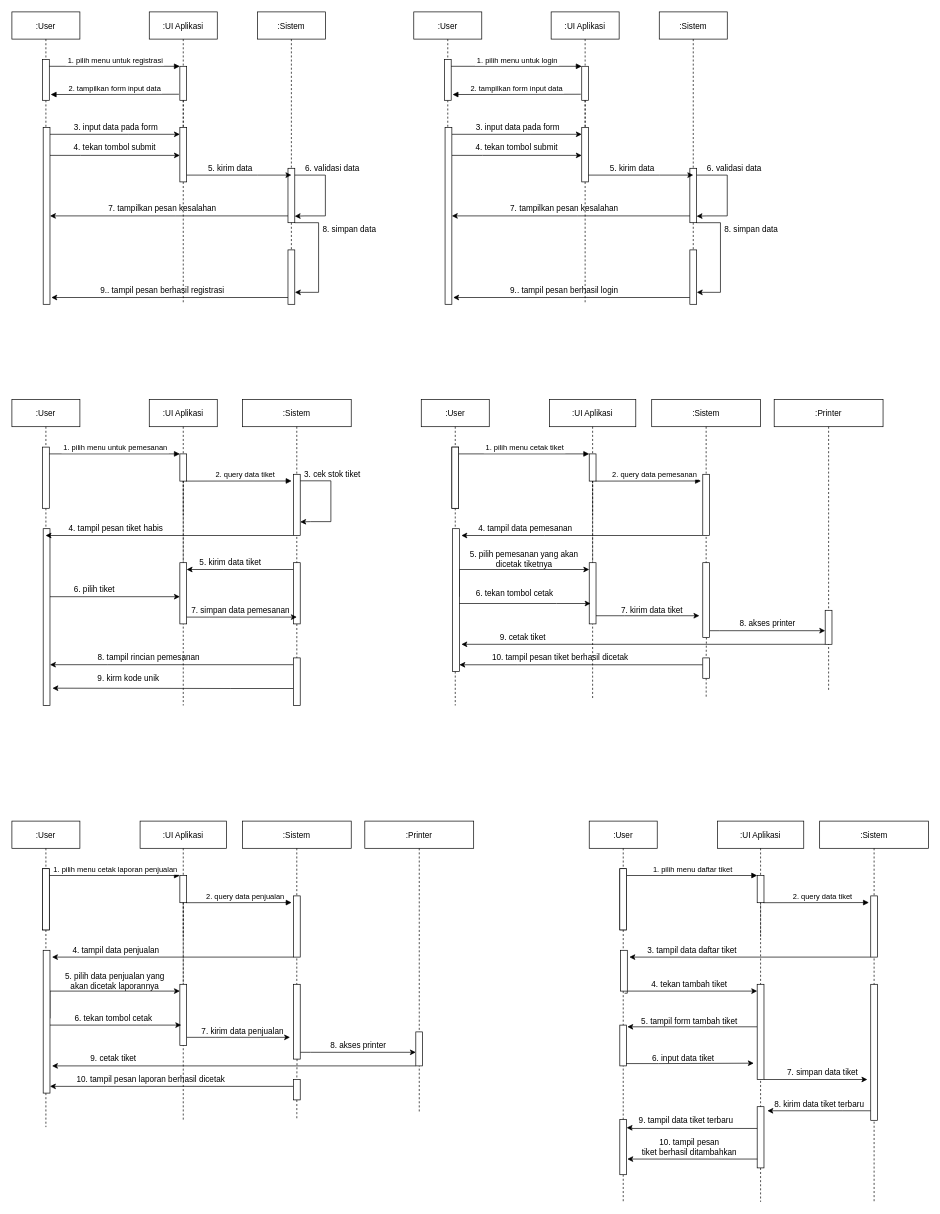
Above: sequenceDiagram.drawio in ricky3knowhere/IF214002 (draw.io), before the change. Source tidied: cells renumbered, new cells numbered last; positions are measured from the earlier drawing's top-left corner, leaving out a move shared by most shapes. Both pictures are drawn from the tidied source at 68%, with x=0, y=0 at pixel (12, 12).
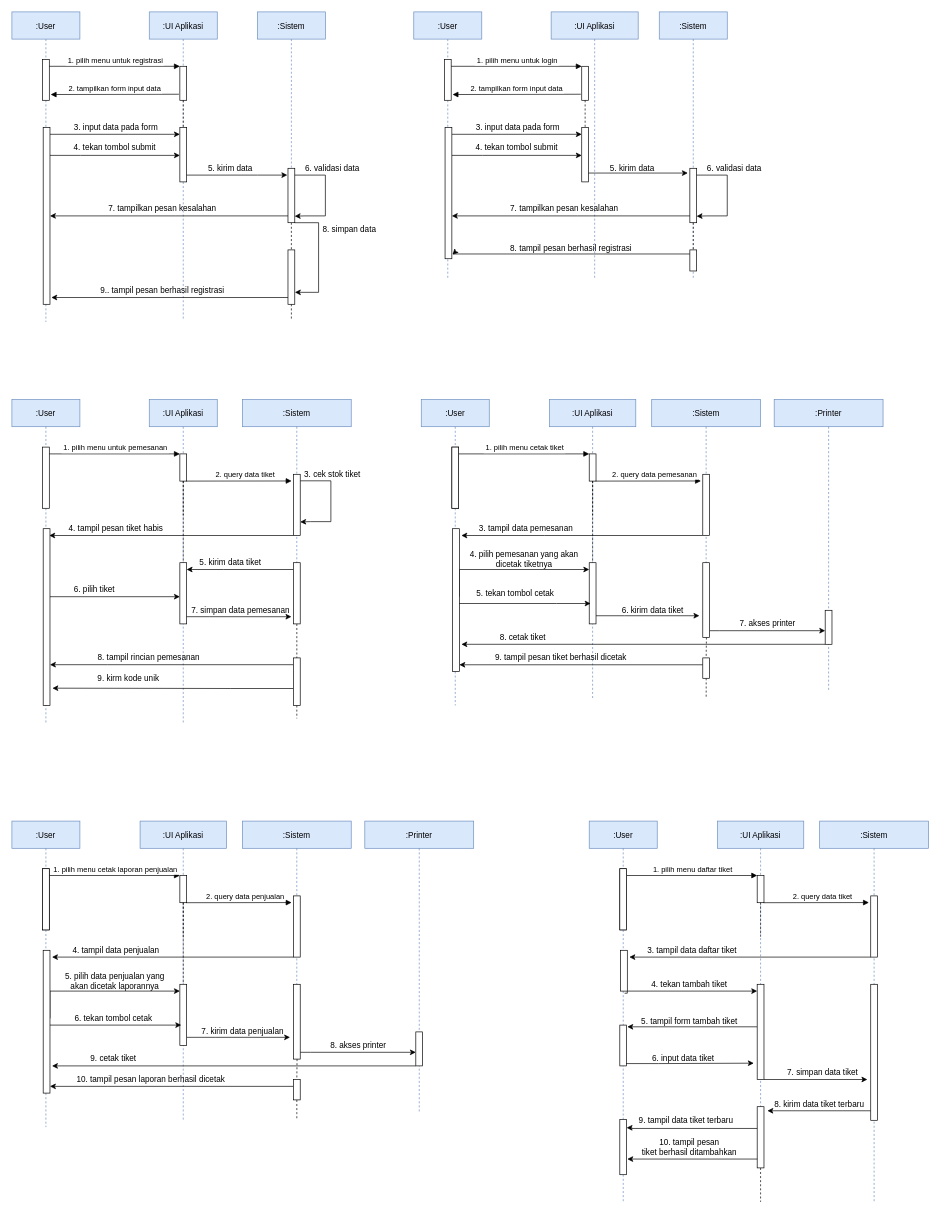
After the change.

The change refers to these unchanged cells:
```xml
<mxCell id="11" style="points=[];perimeter=orthogonalPerimeter;rounded=0;shadow=0;strokeWidth=1;" parent="9" vertex="1">
  <mxGeometry x="45" y="170" width="10" height="80" as="geometry" />
</mxCell>
<mxCell id="16" style="points=[];perimeter=orthogonalPerimeter;rounded=0;shadow=0;strokeWidth=1;" parent="15" vertex="1">
  <mxGeometry x="45" y="230" width="10" height="80" as="geometry" />
</mxCell>
<mxCell id="29" style="points=[];perimeter=orthogonalPerimeter;rounded=0;shadow=0;strokeWidth=1;" parent="1" vertex="1">
  <mxGeometry x="406" y="350" width="10" height="80" as="geometry" />
</mxCell>
<mxCell id="38" style="points=[];perimeter=orthogonalPerimeter;rounded=0;shadow=0;strokeWidth=1;" parent="36" vertex="1">
  <mxGeometry x="45" y="170" width="10" height="80" as="geometry" />
</mxCell>
<mxCell id="43" style="points=[];perimeter=orthogonalPerimeter;rounded=0;shadow=0;strokeWidth=1;" parent="42" vertex="1">
  <mxGeometry x="45" y="230" width="10" height="80" as="geometry" />
</mxCell>
<mxCell id="67" style="points=[];perimeter=orthogonalPerimeter;rounded=0;shadow=0;strokeWidth=1;" parent="64" vertex="1">
  <mxGeometry x="45" y="240" width="10" height="90" as="geometry" />
</mxCell>
<mxCell id="74" style="points=[];perimeter=orthogonalPerimeter;rounded=0;shadow=0;strokeWidth=1;" parent="1" vertex="1">
  <mxGeometry x="414" y="680" width="10" height="90" as="geometry" />
</mxCell>
<mxCell id="79" style="points=[];perimeter=orthogonalPerimeter;rounded=0;shadow=0;strokeWidth=1;" parent="1" vertex="1">
  <mxGeometry x="414" y="810" width="10" height="90" as="geometry" />
</mxCell>
<mxCell id="84" value="7. simpan data pemesanan" style="text;html=1;align=center;verticalAlign=middle;points=[];strokeColor=none;fillColor=none;" parent="1" vertex="1">
  <mxGeometry x="256" y="870" width="160" height="20" as="geometry" />
</mxCell>
<mxCell id="87" style="points=[];perimeter=orthogonalPerimeter;rounded=0;shadow=0;strokeWidth=1;" parent="1" vertex="1">
  <mxGeometry x="414" y="950" width="10" height="70" as="geometry" />
</mxCell>
```

Change to the diagram source:
```diff
@@
+    <mxCell id="30" style="edgeStyle=orthogonalEdgeStyle;rounded=0;jettySize=auto;html=1;dashed=1;endArrow=none;endFill=0;" parent="1" edge="1" source="16">
+      <mxGeometry relative="1" as="geometry">
+        <mxPoint x="411" y="452" as="targetPoint" />
+      </mxGeometry>
+    </mxCell>
@@
-    <mxCell id="5" value=":UI Aplikasi" style="shape=umlLifeline;perimeter=lifelinePerimeter;rounded=0;shadow=0;strokeWidth=1;" parent="1" vertex="1">
+    <mxCell id="5" value=":UI Aplikasi" style="shape=umlLifeline;perimeter=lifelinePerimeter;rounded=0;shadow=0;strokeWidth=1;fillColor=#dae8fc;strokeColor=#6c8ebf;" parent="1" vertex="1">
       <mxGeometry x="790.5" y="570" width="127" height="440" as="geometry" />
     </mxCell>
@@
-    <mxCell id="7" value=":User" style="shape=umlLifeline;perimeter=lifelinePerimeter;rounded=0;shadow=0;strokeWidth=1;" parent="1" vertex="1">
-      <mxGeometry width="100" height="210" as="geometry" />
+    <mxCell id="7" value=":User" style="shape=umlLifeline;perimeter=lifelinePerimeter;rounded=0;shadow=0;strokeWidth=1;fillColor=#dae8fc;strokeColor=#6c8ebf;" parent="1" vertex="1">
+      <mxGeometry width="100" height="456" as="geometry" />
     </mxCell>
@@
-    <mxCell id="9" value=":UI Aplikasi" style="shape=umlLifeline;perimeter=lifelinePerimeter;rounded=0;shadow=0;strokeWidth=1;" parent="1" vertex="1">
-      <mxGeometry x="202" width="100" height="430" as="geometry" />
+    <mxCell id="9" value=":UI Aplikasi" style="shape=umlLifeline;perimeter=lifelinePerimeter;rounded=0;shadow=0;strokeWidth=1;fillColor=#dae8fc;strokeColor=#6c8ebf;" parent="1" vertex="1">
+      <mxGeometry x="202" width="100" height="453" as="geometry" />
     </mxCell>
@@
-    <mxCell id="15" value=":Sistem" style="shape=umlLifeline;perimeter=lifelinePerimeter;rounded=0;shadow=0;strokeWidth=1;" parent="1" vertex="1">
+    <mxCell id="15" value=":Sistem" style="shape=umlLifeline;perimeter=lifelinePerimeter;rounded=0;shadow=0;strokeWidth=1;fillColor=#dae8fc;strokeColor=#6c8ebf;" parent="1" vertex="1">
       <mxGeometry x="361" width="100" height="310" as="geometry" />
     </mxCell>
@@
     <mxCell id="23" style="edgeStyle=orthogonalEdgeStyle;rounded=0;jettySize=auto;html=1;" parent="1" edge="1" source="11">
       <mxGeometry relative="1" as="geometry">
-        <mxPoint x="411" y="240" as="targetPoint" />
+        <mxPoint x="405" y="240" as="targetPoint" />
         <Array as="points">
           <mxPoint x="361" y="240" />
           <mxPoint x="361" y="240" />
         </Array>
       </mxGeometry>
     </mxCell>
@@
-    <mxCell id="30" style="edgeStyle=orthogonalEdgeStyle;rounded=0;jettySize=auto;html=1;dashed=1;endArrow=none;endFill=0;" parent="1" edge="1" source="16" target="29">
-      <mxGeometry relative="1" as="geometry" />
-    </mxCell>
@@
-    <mxCell id="34" value=":User" style="shape=umlLifeline;perimeter=lifelinePerimeter;rounded=0;shadow=0;strokeWidth=1;" parent="1" vertex="1">
-      <mxGeometry x="591" width="100" height="210" as="geometry" />
+    <mxCell id="34" value=":User" style="shape=umlLifeline;perimeter=lifelinePerimeter;rounded=0;shadow=0;strokeWidth=1;fillColor=#dae8fc;strokeColor=#6c8ebf;" parent="1" vertex="1">
+      <mxGeometry x="591" width="100" height="393" as="geometry" />
     </mxCell>
@@
-    <mxCell id="36" value=":UI Aplikasi" style="shape=umlLifeline;perimeter=lifelinePerimeter;rounded=0;shadow=0;strokeWidth=1;" parent="1" vertex="1">
-      <mxGeometry x="793" width="100" height="430" as="geometry" />
+    <mxCell id="36" value=":UI Aplikasi" style="shape=umlLifeline;perimeter=lifelinePerimeter;rounded=0;shadow=0;strokeWidth=1;fillColor=#dae8fc;strokeColor=#6c8ebf;" parent="1" vertex="1">
+      <mxGeometry x="793" width="128" height="393" as="geometry" />
     </mxCell>
@@
+    <mxCell id="189" value="8. tampil pesan berhasil registrasi" style="text;html=1;align=center;verticalAlign=middle;strokeColor=none;fillColor=none;" parent="36" vertex="1">
+      <mxGeometry x="-65" y="339" width="187" height="18" as="geometry" />
+    </mxCell>
@@
-    <mxCell id="42" value=":Sistem" style="shape=umlLifeline;perimeter=lifelinePerimeter;rounded=0;shadow=0;strokeWidth=1;" parent="1" vertex="1">
-      <mxGeometry x="952" width="100" height="310" as="geometry" />
+    <mxCell id="42" value=":Sistem" style="shape=umlLifeline;perimeter=lifelinePerimeter;rounded=0;shadow=0;strokeWidth=1;fillColor=#dae8fc;strokeColor=#6c8ebf;" parent="1" vertex="1">
+      <mxGeometry x="952" width="100" height="393" as="geometry" />
     </mxCell>
@@
     <mxCell id="47" style="points=[];perimeter=orthogonalPerimeter;rounded=0;shadow=0;strokeWidth=1;" parent="1" vertex="1">
-      <mxGeometry x="637" y="170" width="10" height="260" as="geometry" />
+      <mxGeometry x="637" y="170" width="10" height="193" as="geometry" />
     </mxCell>
@@
     <mxCell id="50" style="edgeStyle=orthogonalEdgeStyle;rounded=0;jettySize=auto;html=1;" parent="1" edge="1" source="38">
       <mxGeometry relative="1" as="geometry">
-        <mxPoint x="1002" y="240" as="targetPoint" />
+        <mxPoint x="994" y="237" as="targetPoint" />
         <Array as="points">
-          <mxPoint x="952" y="240" />
-          <mxPoint x="952" y="240" />
+          <mxPoint x="912" y="237" />
+          <mxPoint x="912" y="237" />
         </Array>
       </mxGeometry>
     </mxCell>
@@
     <mxCell id="55" style="edgeStyle=orthogonalEdgeStyle;rounded=0;jettySize=auto;html=1;" parent="1" edge="1" source="56">
       <mxGeometry relative="1" as="geometry">
-        <mxPoint x="649" y="420" as="targetPoint" />
+        <mxPoint x="648" y="357" as="targetPoint" />
         <Array as="points">
-          <mxPoint x="649" y="420" />
+          <mxPoint x="649" y="356" />
         </Array>
       </mxGeometry>
     </mxCell>
     <mxCell id="56" style="points=[];perimeter=orthogonalPerimeter;rounded=0;shadow=0;strokeWidth=1;" parent="1" vertex="1">
-      <mxGeometry x="997" y="350" width="10" height="80" as="geometry" />
+      <mxGeometry x="997" y="350" width="10" height="31" as="geometry" />
     </mxCell>
@@
-    <mxCell id="58" style="edgeStyle=orthogonalEdgeStyle;rounded=0;jettySize=auto;html=1;entryX=1.02;entryY=0.78;entryDx=0;entryDy=0;entryPerimeter=0;" parent="1" edge="1" source="43" target="56">
-      <mxGeometry relative="1" as="geometry">
-        <Array as="points">
-          <mxPoint x="1042" y="310" />
-          <mxPoint x="1042" y="412" />
-        </Array>
-      </mxGeometry>
-    </mxCell>
-    <mxCell id="59" value="8. simpan data" style="text;html=1;align=center;verticalAlign=middle;strokeColor=none;fillColor=none;" parent="1" vertex="1">
-      <mxGeometry x="1042" y="310" width="90" height="20" as="geometry" />
-    </mxCell>
-    <mxCell id="60" value="9.. tampil pesan berhasil login" style="text;html=1;align=center;verticalAlign=middle;strokeColor=none;fillColor=none;" parent="1" vertex="1">
-      <mxGeometry x="727" y="400" width="170" height="20" as="geometry" />
-    </mxCell>
-    <mxCell id="61" value=":User" style="shape=umlLifeline;perimeter=lifelinePerimeter;rounded=0;shadow=0;strokeWidth=1;" parent="1" vertex="1">
-      <mxGeometry y="570" width="100" height="450" as="geometry" />
+    <mxCell id="61" value=":User" style="shape=umlLifeline;perimeter=lifelinePerimeter;rounded=0;shadow=0;strokeWidth=1;fillColor=#dae8fc;strokeColor=#6c8ebf;" parent="1" vertex="1">
+      <mxGeometry y="570" width="100" height="477" as="geometry" />
     </mxCell>
@@
-    <mxCell id="64" value=":UI Aplikasi" style="shape=umlLifeline;perimeter=lifelinePerimeter;rounded=0;shadow=0;strokeWidth=1;" parent="1" vertex="1">
-      <mxGeometry x="202" y="570" width="100" height="450" as="geometry" />
+    <mxCell id="64" value=":UI Aplikasi" style="shape=umlLifeline;perimeter=lifelinePerimeter;rounded=0;shadow=0;strokeWidth=1;fillColor=#dae8fc;strokeColor=#6c8ebf;" parent="1" vertex="1">
+      <mxGeometry x="202" y="570" width="100" height="476" as="geometry" />
     </mxCell>
@@
-    <mxCell id="71" value=":Sistem" style="shape=umlLifeline;perimeter=lifelinePerimeter;rounded=0;shadow=0;strokeWidth=1;" parent="1" vertex="1">
+    <mxCell id="71" value=":Sistem" style="shape=umlLifeline;perimeter=lifelinePerimeter;rounded=0;shadow=0;strokeWidth=1;fillColor=#dae8fc;strokeColor=#6c8ebf;" parent="1" vertex="1">
       <mxGeometry x="338.9" y="570" width="160.1" height="310" as="geometry" />
     </mxCell>
@@
-    <mxCell id="73" style="edgeStyle=orthogonalEdgeStyle;rounded=0;jettySize=auto;html=1;endArrow=classic;endFill=1;" parent="1" edge="1" source="74" target="61">
+    <mxCell id="73" style="edgeStyle=orthogonalEdgeStyle;rounded=0;jettySize=auto;html=1;endArrow=classic;endFill=1;" parent="1" edge="1" source="74">
       <mxGeometry relative="1" as="geometry">
+        <mxPoint x="55" y="770" as="targetPoint" />
         <Array as="points">
           <mxPoint x="181" y="770" />
           <mxPoint x="181" y="770" />
         </Array>
       </mxGeometry>
     </mxCell>
@@
-    <mxCell id="78" style="edgeStyle=orthogonalEdgeStyle;rounded=0;jettySize=auto;html=1;endArrow=none;endFill=0;dashed=1;" parent="1" edge="1" source="79" target="87">
-      <mxGeometry relative="1" as="geometry" />
+    <mxCell id="78" style="edgeStyle=orthogonalEdgeStyle;rounded=0;jettySize=auto;html=1;endArrow=none;endFill=0;dashed=1;" parent="1" edge="1" source="79">
+      <mxGeometry relative="1" as="geometry">
+        <mxPoint x="419" y="1039" as="targetPoint" />
+      </mxGeometry>
     </mxCell>
@@
-    <mxCell id="83" style="edgeStyle=orthogonalEdgeStyle;rounded=0;jettySize=auto;html=1;entryX=0.501;entryY=0.889;entryDx=0;entryDy=0;entryPerimeter=0;endArrow=classic;endFill=1;" parent="1" edge="1" source="67" target="79">
+    <mxCell id="83" style="edgeStyle=orthogonalEdgeStyle;rounded=0;jettySize=auto;html=1;entryX=0.969;entryY=0.972;entryDx=0;entryDy=0;entryPerimeter=0;endArrow=classic;endFill=1;" parent="1" edge="1" source="67" target="84">
       <mxGeometry relative="1" as="geometry">
         <Array as="points">
-          <mxPoint x="291" y="890" />
           <mxPoint x="291" y="890" />
         </Array>
       </mxGeometry>
     </mxCell>
@@
-    <mxCell id="98" value=":Sistem" style="shape=umlLifeline;perimeter=lifelinePerimeter;rounded=0;shadow=0;strokeWidth=1;" parent="1" vertex="1">
+    <mxCell id="98" value=":Sistem" style="shape=umlLifeline;perimeter=lifelinePerimeter;rounded=0;shadow=0;strokeWidth=1;fillColor=#dae8fc;strokeColor=#6c8ebf;" parent="1" vertex="1">
       <mxGeometry x="940.9" y="570" width="160.1" height="310" as="geometry" />
     </mxCell>
-    <mxCell id="99" value="&amp;nbsp;4. tampil data pemesanan" style="text;html=1;align=center;verticalAlign=middle;strokeColor=none;fillColor=none;" parent="1" vertex="1">
-      <mxGeometry x="673" y="750" width="160" height="20" as="geometry" />
+    <mxCell id="99" value="&amp;nbsp;3. tampil data pemesanan" style="text;html=1;align=center;verticalAlign=middle;strokeColor=none;fillColor=none;" parent="1" vertex="1">
+      <mxGeometry x="679" y="751" width="149" height="18" as="geometry" />
     </mxCell>
@@
-    <mxCell id="105" value="&lt;div&gt;5. pilih pemesanan yang akan &lt;br&gt;&lt;/div&gt;&lt;div&gt;dicetak tiketnya&lt;br&gt;&lt;/div&gt;" style="text;html=1;align=center;verticalAlign=middle;strokeColor=none;fillColor=none;" parent="1" vertex="1">
-      <mxGeometry x="668" y="790" width="170" height="30" as="geometry" />
+    <mxCell id="105" value="&lt;div&gt;4. pilih pemesanan yang akan &lt;br&gt;&lt;/div&gt;&lt;div&gt;dicetak tiketnya&lt;br&gt;&lt;/div&gt;" style="text;html=1;align=center;verticalAlign=middle;strokeColor=none;fillColor=none;" parent="1" vertex="1">
+      <mxGeometry x="669" y="789" width="168" height="32" as="geometry" />
     </mxCell>
-    <mxCell id="106" value="8. akses printer" style="text;html=1;align=center;verticalAlign=middle;strokeColor=none;fillColor=none;" parent="1" vertex="1">
-      <mxGeometry x="1061" y="890" width="100" height="20" as="geometry" />
+    <mxCell id="106" value="7. akses printer" style="text;html=1;align=center;verticalAlign=middle;strokeColor=none;fillColor=none;" parent="1" vertex="1">
+      <mxGeometry x="1065" y="891" width="92" height="18" as="geometry" />
     </mxCell>
@@
-    <mxCell id="108" value=":User" style="shape=umlLifeline;perimeter=lifelinePerimeter;rounded=0;shadow=0;strokeWidth=1;" parent="1" vertex="1">
+    <mxCell id="108" value=":User" style="shape=umlLifeline;perimeter=lifelinePerimeter;rounded=0;shadow=0;strokeWidth=1;fillColor=#dae8fc;strokeColor=#6c8ebf;" parent="1" vertex="1">
       <mxGeometry x="602" y="570" width="100" height="450" as="geometry" />
     </mxCell>
@@
-    <mxCell id="112" value="6. tekan tombol cetak" style="text;html=1;align=center;verticalAlign=middle;strokeColor=none;fillColor=none;" parent="1" vertex="1">
-      <mxGeometry x="674" y="845" width="130" height="20" as="geometry" />
+    <mxCell id="112" value="5. tekan tombol cetak" style="text;html=1;align=center;verticalAlign=middle;strokeColor=none;fillColor=none;" parent="1" vertex="1">
+      <mxGeometry x="678" y="846" width="123" height="18" as="geometry" />
     </mxCell>
-    <mxCell id="113" value=":Printer" style="shape=umlLifeline;perimeter=lifelinePerimeter;rounded=0;shadow=0;strokeWidth=1;" parent="1" vertex="1">
+    <mxCell id="113" value=":Printer" style="shape=umlLifeline;perimeter=lifelinePerimeter;rounded=0;shadow=0;strokeWidth=1;fillColor=#dae8fc;strokeColor=#6c8ebf;" parent="1" vertex="1">
       <mxGeometry x="1121" y="570" width="160.1" height="430" as="geometry" />
     </mxCell>
@@
-    <mxCell id="116" value="9. cetak tiket" style="text;html=1;align=center;verticalAlign=middle;strokeColor=none;fillColor=none;" parent="1" vertex="1">
-      <mxGeometry x="710.5" y="910" width="80" height="20" as="geometry" />
+    <mxCell id="116" value="8. cetak tiket" style="text;html=1;align=center;verticalAlign=middle;strokeColor=none;fillColor=none;" parent="1" vertex="1">
+      <mxGeometry x="712.5" y="911" width="77" height="18" as="geometry" />
     </mxCell>
-    <mxCell id="117" value="10. tampil pesan tiket berhasil dicetak" style="text;html=1;align=center;verticalAlign=middle;strokeColor=none;fillColor=none;" parent="1" vertex="1">
-      <mxGeometry x="696" y="940" width="220" height="20" as="geometry" />
+    <mxCell id="117" value="9. tampil pesan tiket berhasil dicetak" style="text;html=1;align=center;verticalAlign=middle;strokeColor=none;fillColor=none;" parent="1" vertex="1">
+      <mxGeometry x="706" y="941" width="201" height="18" as="geometry" />
     </mxCell>
-    <mxCell id="118" value="7. kirim data tiket" style="text;html=1;align=center;verticalAlign=middle;strokeColor=none;fillColor=none;" parent="1" vertex="1">
-      <mxGeometry x="886" y="870" width="110" height="20" as="geometry" />
+    <mxCell id="118" value="6. kirim data tiket" style="text;html=1;align=center;verticalAlign=middle;strokeColor=none;fillColor=none;" parent="1" vertex="1">
+      <mxGeometry x="892" y="871" width="99" height="18" as="geometry" />
     </mxCell>
@@
-    <mxCell id="122" value=":UI Aplikasi" style="shape=umlLifeline;perimeter=lifelinePerimeter;rounded=0;shadow=0;strokeWidth=1;" parent="1" vertex="1">
+    <mxCell id="122" value=":UI Aplikasi" style="shape=umlLifeline;perimeter=lifelinePerimeter;rounded=0;shadow=0;strokeWidth=1;fillColor=#dae8fc;strokeColor=#6c8ebf;" parent="1" vertex="1">
       <mxGeometry x="188.5" y="1190" width="127" height="440" as="geometry" />
     </mxCell>
@@
-    <mxCell id="132" value=":Sistem" style="shape=umlLifeline;perimeter=lifelinePerimeter;rounded=0;shadow=0;strokeWidth=1;" parent="1" vertex="1">
+    <mxCell id="132" value=":Sistem" style="shape=umlLifeline;perimeter=lifelinePerimeter;rounded=0;shadow=0;strokeWidth=1;fillColor=#dae8fc;strokeColor=#6c8ebf;" parent="1" vertex="1">
       <mxGeometry x="338.9" y="1190" width="160.1" height="310" as="geometry" />
     </mxCell>
@@
-    <mxCell id="142" value=":User" style="shape=umlLifeline;perimeter=lifelinePerimeter;rounded=0;shadow=0;strokeWidth=1;" parent="1" vertex="1">
+    <mxCell id="142" value=":User" style="shape=umlLifeline;perimeter=lifelinePerimeter;rounded=0;shadow=0;strokeWidth=1;fillColor=#dae8fc;strokeColor=#6c8ebf;" parent="1" vertex="1">
       <mxGeometry y="1190" width="100" height="450" as="geometry" />
     </mxCell>
@@
-    <mxCell id="147" value=":Printer" style="shape=umlLifeline;perimeter=lifelinePerimeter;rounded=0;shadow=0;strokeWidth=1;" parent="1" vertex="1">
+    <mxCell id="147" value=":Printer" style="shape=umlLifeline;perimeter=lifelinePerimeter;rounded=0;shadow=0;strokeWidth=1;fillColor=#dae8fc;strokeColor=#6c8ebf;" parent="1" vertex="1">
       <mxGeometry x="519" y="1190" width="160.1" height="430" as="geometry" />
     </mxCell>
@@
-    <mxCell id="156" value=":UI Aplikasi" style="shape=umlLifeline;perimeter=lifelinePerimeter;rounded=0;shadow=0;strokeWidth=1;" parent="1" vertex="1">
+    <mxCell id="156" value=":UI Aplikasi" style="shape=umlLifeline;perimeter=lifelinePerimeter;rounded=0;shadow=0;strokeWidth=1;fillColor=#dae8fc;strokeColor=#6c8ebf;" parent="1" vertex="1">
       <mxGeometry x="1037.5" y="1190" width="127" height="440" as="geometry" />
     </mxCell>
@@
-    <mxCell id="168" value=":Sistem" style="shape=umlLifeline;perimeter=lifelinePerimeter;rounded=0;shadow=0;strokeWidth=1;" parent="1" vertex="1">
+    <mxCell id="168" value=":Sistem" style="shape=umlLifeline;perimeter=lifelinePerimeter;rounded=0;shadow=0;strokeWidth=1;fillColor=#dae8fc;strokeColor=#6c8ebf;" parent="1" vertex="1">
       <mxGeometry x="1187.9" y="1190" width="160.1" height="560" as="geometry" />
     </mxCell>
@@
-    <mxCell id="176" value=":User" style="shape=umlLifeline;perimeter=lifelinePerimeter;rounded=0;shadow=0;strokeWidth=1;" parent="1" vertex="1">
+    <mxCell id="176" value=":User" style="shape=umlLifeline;perimeter=lifelinePerimeter;rounded=0;shadow=0;strokeWidth=1;fillColor=#dae8fc;strokeColor=#6c8ebf;" parent="1" vertex="1">
       <mxGeometry x="849" y="1190" width="100" height="560" as="geometry" />
     </mxCell>
```
